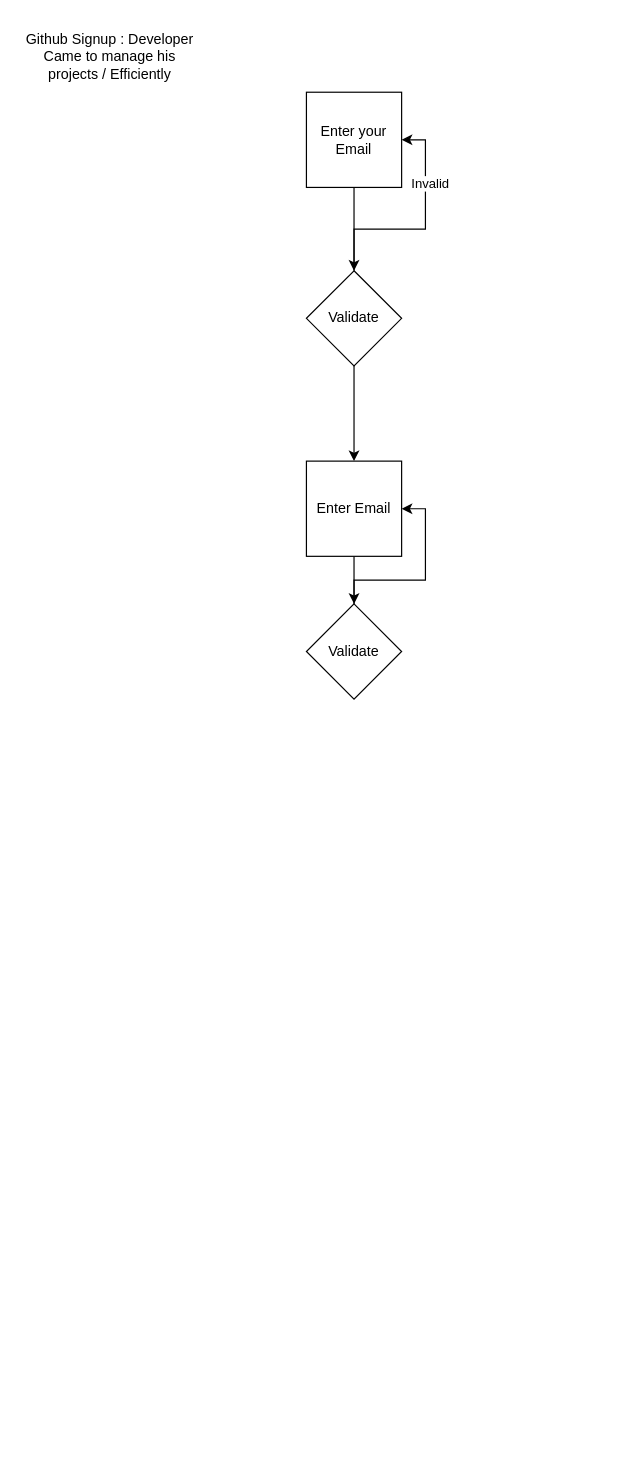
The draw.io diagram GithubProjectManagent.drawio in bhargav1997/work-flows, before the edit. Source tidied: cells renumbered, new cells numbered last; positions are measured from the earlier drawing's top-left corner, leaving out a move shared by most shapes. Both pictures are drawn from the tidied source at 119%, with x=0, y=0 at pixel (20, 20).
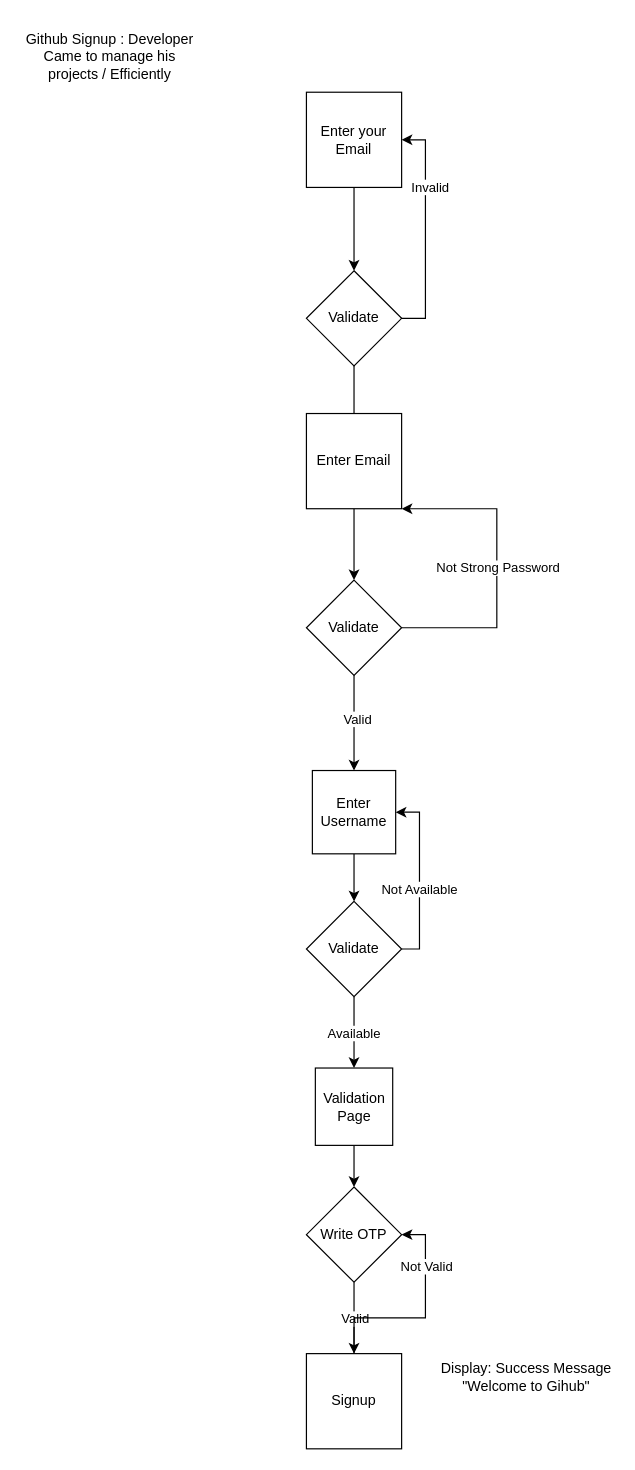
The same diagram, later.

The change refers to these unchanged cells:
```xml
<mxCell id="4" value="Enter your Email" style="whiteSpace=wrap;html=1;" parent="1" vertex="1">
  <mxGeometry x="240" y="60" width="80" height="80" as="geometry" />
</mxCell>
<mxCell id="8" value="Validate" style="rhombus;whiteSpace=wrap;html=1;" parent="1" vertex="1">
  <mxGeometry x="240" y="210" width="80" height="80" as="geometry" />
</mxCell>
```

Diff of the diagram source:
```diff
@@
-    <mxCell id="5" style="edgeStyle=orthogonalEdgeStyle;rounded=0;jettySize=auto;html=1;entryX=1;entryY=0.5;entryDx=0;entryDy=0;" parent="1" edge="1" source="8" target="4">
-      <mxGeometry relative="1" as="geometry" />
+    <mxCell id="5" style="edgeStyle=orthogonalEdgeStyle;rounded=0;jettySize=auto;html=1;" parent="1" edge="1" target="4">
+      <mxGeometry relative="1" as="geometry">
+        <mxPoint x="310" y="250" as="sourcePoint" />
+        <Array as="points">
+          <mxPoint x="340" y="250" />
+          <mxPoint x="340" y="100" />
+        </Array>
+      </mxGeometry>
     </mxCell>
@@
     <mxCell id="10" value="Enter Email" style="whiteSpace=wrap;html=1;" parent="1" vertex="1">
-      <mxGeometry x="240" y="370" width="80" height="80" as="geometry" />
+      <mxGeometry x="240" y="330" width="80" height="80" as="geometry" />
     </mxCell>
-    <mxCell id="11" style="edgeStyle=orthogonalEdgeStyle;rounded=0;jettySize=auto;html=1;entryX=1;entryY=0.5;entryDx=0;entryDy=0;" parent="1" edge="1" source="12" target="10">
-      <mxGeometry relative="1" as="geometry" />
+    <mxCell id="11" style="edgeStyle=orthogonalEdgeStyle;rounded=0;jettySize=auto;html=1;exitX=1;exitY=0.5;exitDx=0;exitDy=0;" parent="1" edge="1" source="12" target="10">
+      <mxGeometry relative="1" as="geometry">
+        <Array as="points">
+          <mxPoint x="400" y="510" />
+          <mxPoint x="400" y="410" />
+        </Array>
+      </mxGeometry>
     </mxCell>
+    <mxCell id="13" value="Not Strong Password" style="edgeLabel;html=1;align=center;verticalAlign=middle;" parent="11" vertex="1">
+      <mxGeometry x="0.33" relative="1" as="geometry">
+        <mxPoint y="42" as="offset" />
+      </mxGeometry>
+    </mxCell>
+    <mxCell id="14" style="edgeStyle=orthogonalEdgeStyle;rounded=0;jettySize=auto;html=1;entryX=0.5;entryY=0;entryDx=0;entryDy=0;" parent="1" edge="1" source="12" target="17">
+      <mxGeometry relative="1" as="geometry" />
+    </mxCell>
+    <mxCell id="15" value="Valid" style="edgeLabel;html=1;align=center;verticalAlign=middle;" parent="14" vertex="1">
+      <mxGeometry x="-0.09" y="2" relative="1" as="geometry" />
+    </mxCell>
     <mxCell id="12" value="Validate" style="rhombus;whiteSpace=wrap;html=1;" parent="1" vertex="1">
-      <mxGeometry x="240" y="490" width="80" height="80" as="geometry" />
+      <mxGeometry x="240" y="470" width="80" height="80" as="geometry" />
     </mxCell>
+    <mxCell id="16" style="edgeStyle=orthogonalEdgeStyle;rounded=0;jettySize=auto;html=1;entryX=0.5;entryY=0;entryDx=0;entryDy=0;" parent="1" edge="1" source="17" target="22">
+      <mxGeometry relative="1" as="geometry" />
+    </mxCell>
+    <mxCell id="17" value="Enter Username" style="whiteSpace=wrap;html=1;" parent="1" vertex="1">
+      <mxGeometry x="245" y="630" width="70" height="70" as="geometry" />
+    </mxCell>
+    <mxCell id="18" style="edgeStyle=orthogonalEdgeStyle;rounded=0;jettySize=auto;html=1;entryX=1;entryY=0.5;entryDx=0;entryDy=0;" parent="1" edge="1" source="22" target="17">
+      <mxGeometry relative="1" as="geometry">
+        <Array as="points">
+          <mxPoint x="335" y="780" />
+          <mxPoint x="335" y="665" />
+        </Array>
+      </mxGeometry>
+    </mxCell>
+    <mxCell id="19" value="Not Available" style="edgeLabel;html=1;align=center;verticalAlign=middle;" parent="18" vertex="1">
+      <mxGeometry x="0.1" y="4" relative="1" as="geometry">
+        <mxPoint x="3" y="17" as="offset" />
+      </mxGeometry>
+    </mxCell>
+    <mxCell id="20" style="edgeStyle=orthogonalEdgeStyle;rounded=0;jettySize=auto;html=1;" parent="1" edge="1" source="22">
+      <mxGeometry relative="1" as="geometry">
+        <mxPoint x="280" y="880" as="targetPoint" />
+      </mxGeometry>
+    </mxCell>
+    <mxCell id="21" value="Available" style="edgeLabel;html=1;align=center;verticalAlign=middle;" parent="20" vertex="1">
+      <mxGeometry x="0.01" y="2" relative="1" as="geometry">
+        <mxPoint x="-3" as="offset" />
+      </mxGeometry>
+    </mxCell>
+    <mxCell id="22" value="Validate" style="rhombus;whiteSpace=wrap;html=1;" parent="1" vertex="1">
+      <mxGeometry x="240" y="740" width="80" height="80" as="geometry" />
+    </mxCell>
+    <mxCell id="23" style="edgeStyle=orthogonalEdgeStyle;rounded=0;jettySize=auto;html=1;" parent="1" edge="1" source="24">
+      <mxGeometry relative="1" as="geometry">
+        <mxPoint x="280" y="980" as="targetPoint" />
+      </mxGeometry>
+    </mxCell>
+    <mxCell id="24" value="Validation&lt;br&gt;Page" style="whiteSpace=wrap;html=1;" parent="1" vertex="1">
+      <mxGeometry x="247.5" y="880" width="65" height="65" as="geometry" />
+    </mxCell>
+    <mxCell id="25" value="Display: Success Message&lt;br&gt;&quot;Welcome to Gihub&quot;" style="text;strokeColor=none;align=center;fillColor=none;html=1;verticalAlign=middle;whiteSpace=wrap;rounded=0;" parent="1" vertex="1">
+      <mxGeometry x="350" y="1110" width="150" height="60" as="geometry" />
+    </mxCell>
+    <mxCell id="26" style="edgeStyle=orthogonalEdgeStyle;rounded=0;jettySize=auto;html=1;entryX=0.5;entryY=0;entryDx=0;entryDy=0;" parent="1" edge="1" source="28" target="31">
+      <mxGeometry relative="1" as="geometry" />
+    </mxCell>
+    <mxCell id="27" value="Valid" style="edgeLabel;html=1;align=center;verticalAlign=middle;" parent="26" vertex="1">
+      <mxGeometry x="-0.34" relative="1" as="geometry">
+        <mxPoint y="10" as="offset" />
+      </mxGeometry>
+    </mxCell>
+    <mxCell id="28" value="Write OTP" style="rhombus;whiteSpace=wrap;html=1;" parent="1" vertex="1">
+      <mxGeometry x="240" y="980" width="80" height="80" as="geometry" />
+    </mxCell>
+    <mxCell id="29" style="edgeStyle=orthogonalEdgeStyle;rounded=0;jettySize=auto;html=1;entryX=1;entryY=0.5;entryDx=0;entryDy=0;" parent="1" edge="1" source="31" target="28">
+      <mxGeometry relative="1" as="geometry" />
+    </mxCell>
+    <mxCell id="30" value="Not Valid" style="edgeLabel;html=1;align=center;verticalAlign=middle;" parent="29" vertex="1">
+      <mxGeometry x="0.49" relative="1" as="geometry" />
+    </mxCell>
+    <mxCell id="31" value="Signup&lt;br&gt;" style="whiteSpace=wrap;html=1;" parent="1" vertex="1">
+      <mxGeometry x="240" y="1120" width="80" height="80" as="geometry" />
+    </mxCell>
```
